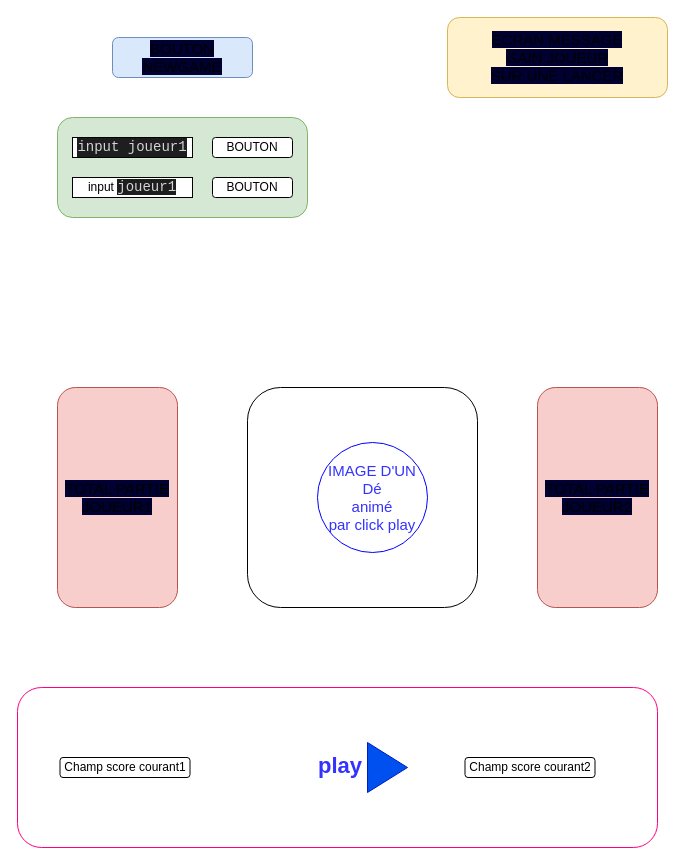
Earlier version of the draw.io diagram drawio/interface1.dio (RACHID63/gamedice). Source tidied: cells renumbered, new cells numbered last; positions are measured from the earlier drawing's top-left corner, leaving out a move shared by most shapes. Both pictures are drawn from the tidied source at 100%, with x=0, y=0 at pixel (17, 17).
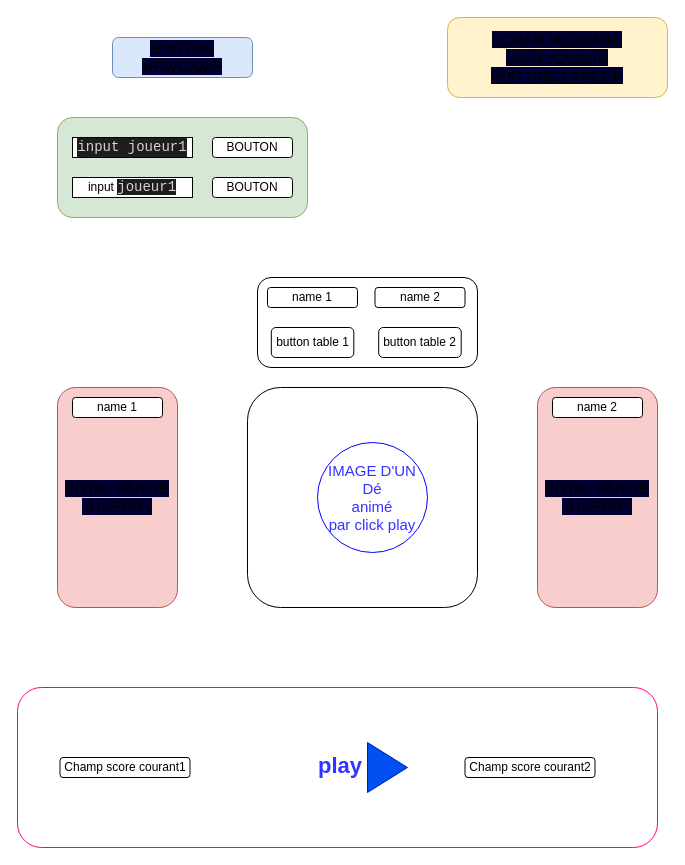
After the change.

Diff of the diagram source:
```diff
@@
+    <mxCell id="17" style="rounded=1;whiteSpace=wrap;html=1;" parent="1" vertex="1">
+      <mxGeometry x="240" y="260" width="220" height="90" as="geometry" />
+    </mxCell>
+    <mxCell id="18" value="name 2" style="rounded=1;whiteSpace=wrap;html=1;" parent="1" vertex="1">
+      <mxGeometry x="357.5" y="270" width="90" height="20" as="geometry" />
+    </mxCell>
+    <mxCell id="19" value="name 1" style="rounded=1;whiteSpace=wrap;html=1;" parent="1" vertex="1">
+      <mxGeometry x="250" y="270" width="90" height="20" as="geometry" />
+    </mxCell>
+    <mxCell id="20" value="button table 2" style="rounded=1;whiteSpace=wrap;html=1;" parent="1" vertex="1">
+      <mxGeometry x="361.2" y="310" width="82.5" height="30" as="geometry" />
+    </mxCell>
+    <mxCell id="21" value="button table 1" style="rounded=1;whiteSpace=wrap;html=1;" parent="1" vertex="1">
+      <mxGeometry x="253.8" y="310" width="82.5" height="30" as="geometry" />
+    </mxCell>
+    <mxCell id="22" value="name 1" style="rounded=1;whiteSpace=wrap;html=1;" parent="1" vertex="1">
+      <mxGeometry x="55" y="380" width="90" height="20" as="geometry" />
+    </mxCell>
+    <mxCell id="23" value="name 2" style="rounded=1;whiteSpace=wrap;html=1;" parent="1" vertex="1">
+      <mxGeometry x="535" y="380" width="90" height="20" as="geometry" />
+    </mxCell>
```
